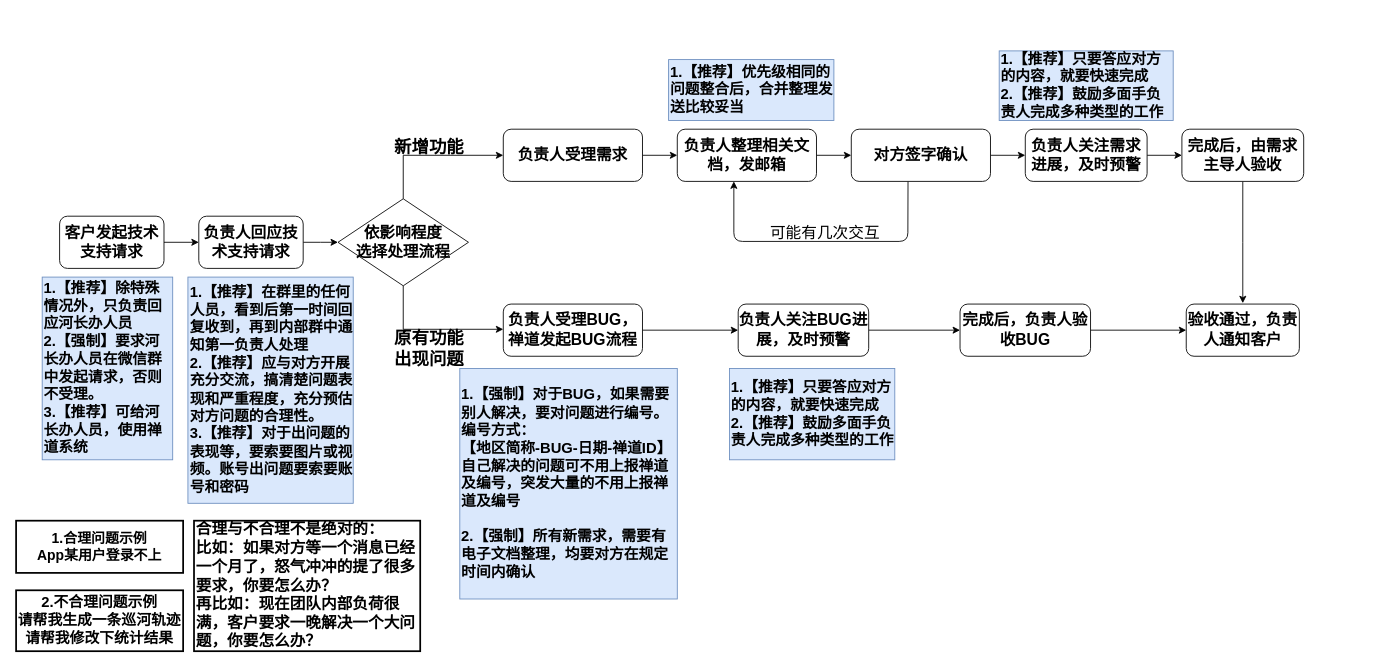
The draw.io diagram Untitled Diagram.drawio in chbambooshoot/digram, before the edit. Source tidied: cells renumbered, new cells numbered last; positions are measured from the earlier drawing's top-left corner, leaving out a move shared by most shapes. Both pictures are drawn from the tidied source at 87%, with x=0, y=0 at pixel (16, 50).
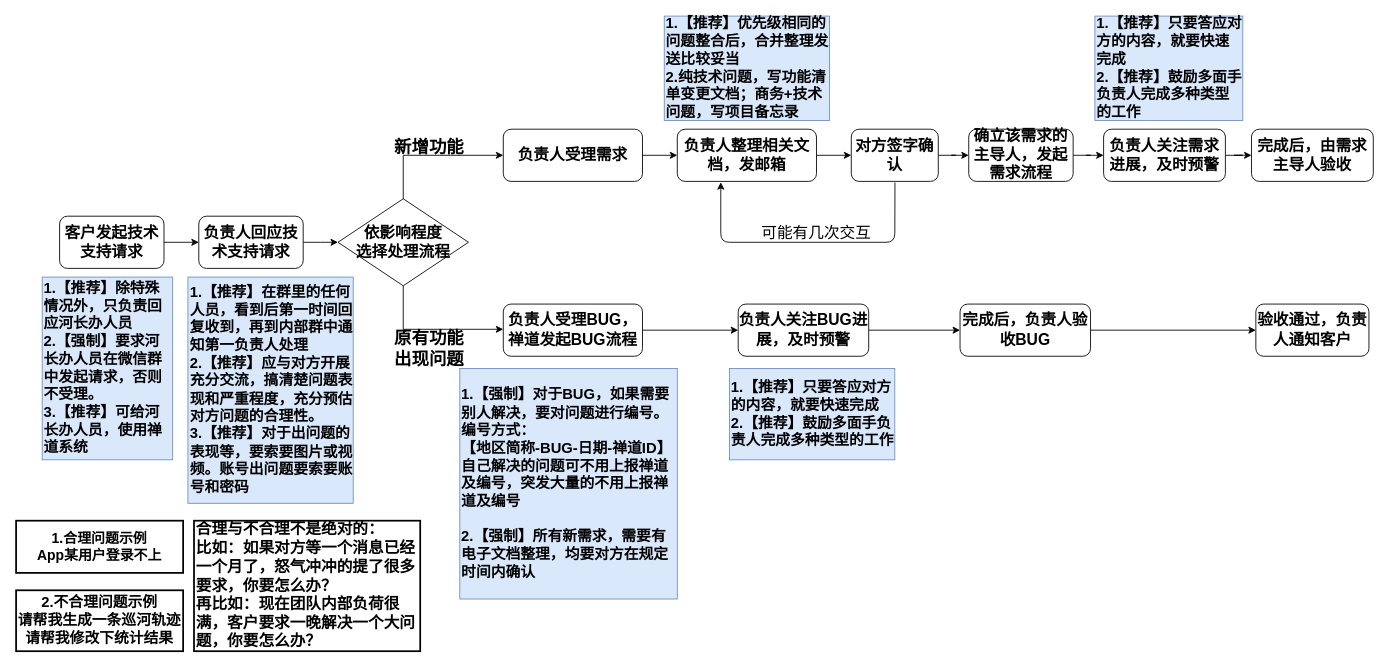
After the change.

What changed in the source:
```diff
@@
-    <mxCell id="17" style="edgeStyle=orthogonalEdgeStyle;rounded=0;jettySize=auto;html=1;fontSize=20;fontStyle=1;" parent="1" edge="1" source="18" target="20">
-      <mxGeometry relative="1" as="geometry" />
-    </mxCell>
+    <mxCell id="39" style="edgeStyle=orthogonalEdgeStyle;rounded=0;jettySize=auto;html=1;fontSize=18;" parent="1" edge="1" source="18" target="41">
+      <mxGeometry relative="1" as="geometry" />
+    </mxCell>
     <mxCell id="18" value="&lt;font style=&quot;font-size: 18px&quot;&gt;对方签字确认&lt;br&gt;&lt;/font&gt;" style="rounded=1;whiteSpace=wrap;html=1;fontStyle=1;" parent="1" vertex="1">
-      <mxGeometry x="960" y="90" width="160" height="60" as="geometry" />
+      <mxGeometry x="960" y="90" width="100" height="60" as="geometry" />
     </mxCell>
+    <mxCell id="40" style="edgeStyle=orthogonalEdgeStyle;rounded=0;jettySize=auto;html=1;fontSize=18;" parent="1" edge="1" source="41" target="20">
+      <mxGeometry relative="1" as="geometry" />
+    </mxCell>
+    <mxCell id="41" value="&lt;font style=&quot;font-size: 18px&quot;&gt;确立该需求的主导人，发起需求流程&lt;br&gt;&lt;/font&gt;" style="rounded=1;whiteSpace=wrap;html=1;fontStyle=1;" parent="1" vertex="1">
+      <mxGeometry x="1095" y="90" width="120" height="60" as="geometry" />
+    </mxCell>
@@
     <mxCell id="20" value="&lt;font style=&quot;font-size: 18px&quot;&gt;负责人关注需求进展，及时预警&lt;br&gt;&lt;/font&gt;" style="rounded=1;whiteSpace=wrap;html=1;fontStyle=1;" parent="1" vertex="1">
-      <mxGeometry x="1160" y="90" width="140" height="60" as="geometry" />
+      <mxGeometry x="1250" y="90" width="140" height="60" as="geometry" />
     </mxCell>
-    <mxCell id="21" style="edgeStyle=orthogonalEdgeStyle;rounded=0;jettySize=auto;html=1;fontSize=18;" parent="1" edge="1" source="22">
-      <mxGeometry relative="1" as="geometry">
-        <mxPoint x="1410" y="290" as="targetPoint" />
-      </mxGeometry>
-    </mxCell>
     <mxCell id="22" value="&lt;font style=&quot;font-size: 18px&quot;&gt;完成后，由需求主导人验收&lt;br&gt;&lt;/font&gt;" style="rounded=1;whiteSpace=wrap;html=1;fontStyle=1;" parent="1" vertex="1">
-      <mxGeometry x="1340" y="90" width="140" height="60" as="geometry" />
+      <mxGeometry x="1420" y="90" width="140" height="60" as="geometry" />
     </mxCell>
@@
     <mxCell id="29" value="&lt;font style=&quot;font-size: 18px&quot;&gt;验收通过，负责人通知客户&lt;br&gt;&lt;/font&gt;" style="rounded=1;whiteSpace=wrap;html=1;fontStyle=1;" parent="1" vertex="1">
-      <mxGeometry x="1345" y="291" width="130" height="60" as="geometry" />
+      <mxGeometry x="1425" y="291" width="130" height="60" as="geometry" />
     </mxCell>
@@
     <mxCell id="34" value="&lt;font style=&quot;font-size: 17px&quot;&gt;1.【推荐】只要答应对方的内容，就要快速完成&lt;br&gt;2.【推荐】鼓励多面手负责人完成多种类型的工作&lt;br&gt;&lt;/font&gt;" style="rounded=0;whiteSpace=wrap;html=1;align=left;fillColor=#dae8fc;strokeColor=#6c8ebf;fontStyle=1;" parent="1" vertex="1">
-      <mxGeometry x="1130" width="200" height="80" as="geometry" />
+      <mxGeometry x="1240" y="-40" width="170" height="120" as="geometry" />
     </mxCell>
@@
-    <mxCell id="36" value="&lt;font style=&quot;font-size: 17px&quot;&gt;1.【推荐】优先级相同的问题整合后，合并整理发送比较妥当&lt;br&gt;&lt;/font&gt;" style="rounded=0;whiteSpace=wrap;html=1;align=left;fillColor=#dae8fc;strokeColor=#6c8ebf;fontStyle=1;" parent="1" vertex="1">
-      <mxGeometry x="750" y="10" width="190" height="70" as="geometry" />
+    <mxCell id="36" value="&lt;font style=&quot;font-size: 17px&quot;&gt;1.【推荐】优先级相同的问题整合后，合并整理发送比较妥当&lt;br&gt;2.纯技术问题，写功能清单变更文档；商务+技术问题，写项目备忘录&lt;br&gt;&lt;/font&gt;" style="rounded=0;whiteSpace=wrap;html=1;align=left;fillColor=#dae8fc;strokeColor=#6c8ebf;fontStyle=1;" parent="1" vertex="1">
+      <mxGeometry x="745" y="-40" width="190" height="120" as="geometry" />
     </mxCell>
     <mxCell id="37" style="endArrow=classic;html=1;fontSize=18;exitX=0.43;exitY=1.021;exitDx=0;exitDy=0;exitPerimeter=0;" parent="1" edge="1">
       <mxGeometry relative="1" as="geometry">
-        <mxPoint x="1025.2" y="150.3" as="sourcePoint" />
-        <mxPoint x="825" y="150" as="targetPoint" />
+        <mxPoint x="1010.2" y="151.3" as="sourcePoint" />
+        <mxPoint x="810" y="151" as="targetPoint" />
         <Array as="points">
-          <mxPoint x="1025" y="219" />
-          <mxPoint x="825" y="219" />
+          <mxPoint x="1010" y="220" />
+          <mxPoint x="810" y="220" />
         </Array>
       </mxGeometry>
     </mxCell>
     <mxCell id="38" value="可能有几次交互" style="text;html=1;strokeColor=none;fillColor=none;align=center;verticalAlign=middle;whiteSpace=wrap;rounded=0;fontSize=18;" parent="1" vertex="1">
-      <mxGeometry x="860" y="200" width="140" height="20" as="geometry" />
+      <mxGeometry x="850" y="200" width="140" height="20" as="geometry" />
     </mxCell>
```
